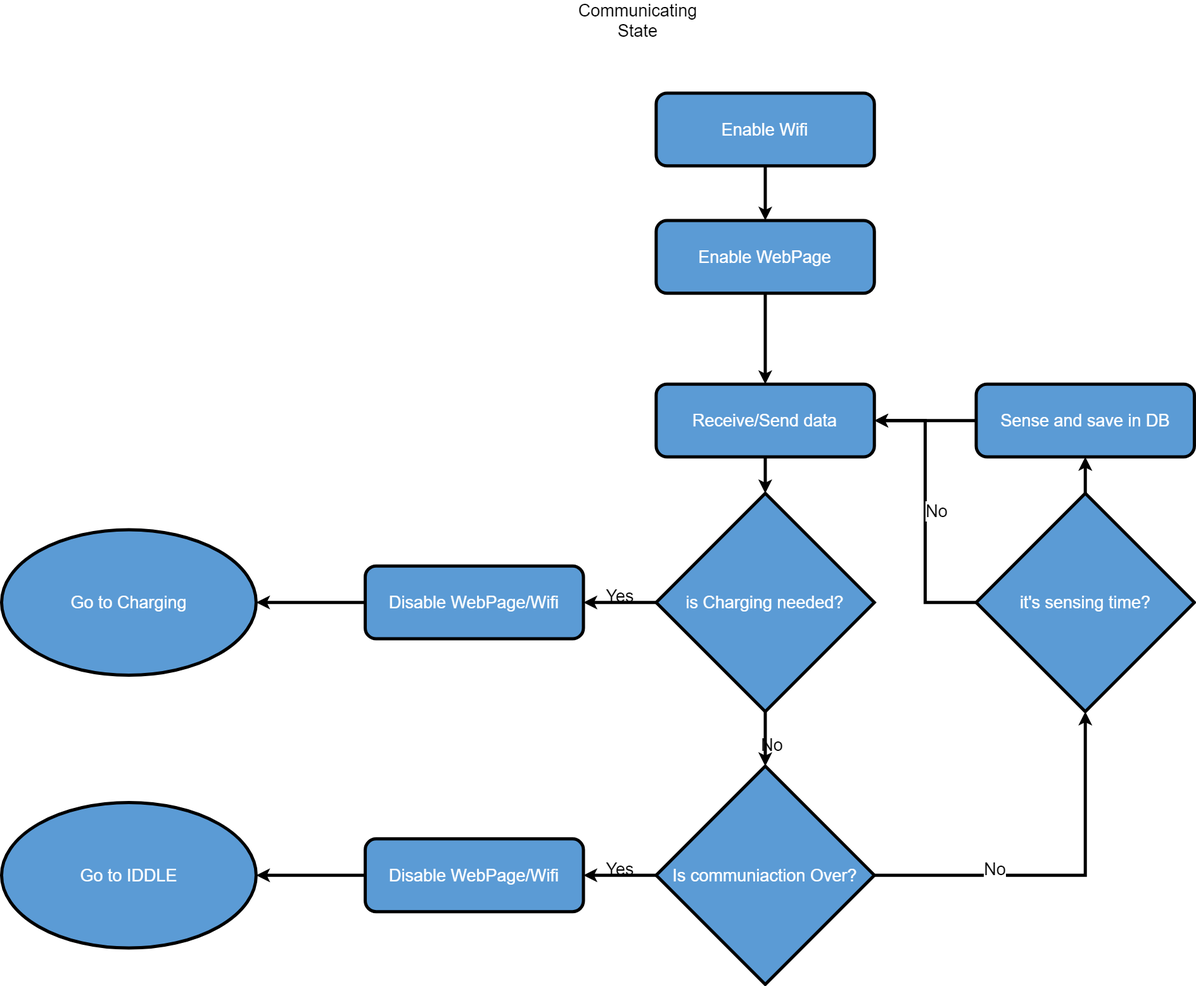
Before: Informe/Ingenieria de Detalle/ImagenesIngenieria de Detalle/diagrama_flujo_communicating.png, a diagram exported from draw.io (tlondero/Dise-o). Source tidied: cells renumbered, new cells last; positions are measured from the earlier drawing's top-left corner, leaving out a move shared by most shapes. Source of this version:
```xml
<mxGraphModel>
  <root>
    <mxCell id="0" />
    <mxCell id="1" parent="0" />
    <mxCell id="2" style="group;strokeWidth=5;fontSize=27;" parent="1" vertex="1">
      <mxGeometry width="1883" height="1550" as="geometry" />
    </mxCell>
    <mxCell id="3" value="Communicating&lt;br style=&quot;font-size: 27px;&quot;&gt;State" style="text;html=1;strokeColor=none;fillColor=none;align=center;verticalAlign=middle;whiteSpace=wrap;rounded=0;strokeWidth=5;fontSize=27;" parent="2" vertex="1">
      <mxGeometry x="947.2" width="114.8" height="57.4" as="geometry" />
    </mxCell>
    <mxCell id="4" value="Enable Wifi" style="rounded=1;whiteSpace=wrap;html=1;fontSize=27;glass=0;strokeWidth=5;shadow=0;fillColor=#5B9BD5;fontColor=#FFFFFF;" parent="2" vertex="1">
      <mxGeometry x="1033.3" y="143.5" width="344.4" height="114.8" as="geometry" />
    </mxCell>
    <mxCell id="5" value="Enable WebPage" style="rounded=1;whiteSpace=wrap;html=1;fontSize=27;glass=0;strokeWidth=5;shadow=0;fillColor=#5B9BD5;fontColor=#FFFFFF;" parent="2" vertex="1">
      <mxGeometry x="1033.3" y="344.4" width="344.4" height="114.8" as="geometry" />
    </mxCell>
    <mxCell id="6" style="edgeStyle=orthogonalEdgeStyle;rounded=0;jettySize=auto;html=1;strokeWidth=5;fontSize=27;" parent="2" edge="1" source="4" target="5">
      <mxGeometry relative="1" as="geometry" />
    </mxCell>
    <mxCell id="7" value="Yes" style="edgeStyle=orthogonalEdgeStyle;rounded=0;jettySize=auto;html=1;labelBackgroundColor=none;strokeWidth=5;fontSize=27;" parent="2" edge="1" source="8">
      <mxGeometry y="-10" relative="1" as="geometry">
        <mxPoint x="918.5" y="947.2" as="targetPoint" />
      </mxGeometry>
    </mxCell>
    <mxCell id="8" value="&lt;font style=&quot;font-size: 27px;&quot;&gt;is Charging needed?&lt;/font&gt;" style="rhombus;whiteSpace=wrap;html=1;fillColor=#5B9BD5;fontColor=#FFFFFF;strokeWidth=5;fontSize=27;" parent="2" vertex="1">
      <mxGeometry x="1033.3" y="775" width="344.4" height="344.4" as="geometry" />
    </mxCell>
    <mxCell id="9" value="Yes" style="edgeStyle=orthogonalEdgeStyle;rounded=0;jettySize=auto;html=1;labelBackgroundColor=none;strokeWidth=5;fontSize=27;" parent="2" edge="1" source="10">
      <mxGeometry y="-10" relative="1" as="geometry">
        <mxPoint x="918.5" y="1377.8" as="targetPoint" />
      </mxGeometry>
    </mxCell>
    <mxCell id="10" value="&lt;font style=&quot;font-size: 27px;&quot;&gt;Is communiaction Over?&lt;/font&gt;" style="rhombus;whiteSpace=wrap;html=1;fillColor=#5B9BD5;fontColor=#FFFFFF;strokeWidth=5;fontSize=27;" parent="2" vertex="1">
      <mxGeometry x="1033.3" y="1205.6" width="344.4" height="344.4" as="geometry" />
    </mxCell>
    <mxCell id="11" value="No" style="edgeStyle=orthogonalEdgeStyle;rounded=0;jettySize=auto;html=1;labelBackgroundColor=none;strokeWidth=5;fontSize=27;" parent="2" edge="1" source="8" target="10">
      <mxGeometry x="0.2" y="10" relative="1" as="geometry" />
    </mxCell>
    <mxCell id="12" style="edgeStyle=orthogonalEdgeStyle;rounded=0;jettySize=auto;html=1;strokeWidth=5;fontSize=27;" parent="2" edge="1" source="13" target="8">
      <mxGeometry relative="1" as="geometry" />
    </mxCell>
    <mxCell id="13" value="Receive/Send data" style="rounded=1;whiteSpace=wrap;html=1;fontSize=27;glass=0;strokeWidth=5;shadow=0;fillColor=#5B9BD5;fontColor=#FFFFFF;" parent="2" vertex="1">
      <mxGeometry x="1033.3" y="602.8" width="344.4" height="114.8" as="geometry" />
    </mxCell>
    <mxCell id="14" style="edgeStyle=orthogonalEdgeStyle;rounded=0;jettySize=auto;html=1;strokeWidth=5;fontSize=27;" parent="2" edge="1" source="5" target="13">
      <mxGeometry relative="1" as="geometry" />
    </mxCell>
    <mxCell id="15" value="Go to Charging" style="ellipse;whiteSpace=wrap;html=1;fillColor=#5B9BD5;fontColor=#FFFFFF;strokeWidth=5;fontSize=27;" parent="2" vertex="1">
      <mxGeometry y="832.4" width="401.9" height="229.6" as="geometry" />
    </mxCell>
    <mxCell id="16" value="Go to IDDLE" style="ellipse;whiteSpace=wrap;html=1;fillColor=#5B9BD5;fontColor=#FFFFFF;strokeWidth=5;fontSize=27;" parent="2" vertex="1">
      <mxGeometry y="1263" width="401.9" height="229.6" as="geometry" />
    </mxCell>
    <mxCell id="17" style="edgeStyle=orthogonalEdgeStyle;rounded=0;jettySize=auto;html=1;strokeWidth=5;fontSize=27;" parent="2" edge="1" source="18" target="15">
      <mxGeometry relative="1" as="geometry" />
    </mxCell>
    <mxCell id="18" value="Disable WebPage/Wifi" style="rounded=1;whiteSpace=wrap;html=1;fontSize=27;glass=0;strokeWidth=5;shadow=0;fillColor=#5B9BD5;fontColor=#FFFFFF;" parent="2" vertex="1">
      <mxGeometry x="574.1" y="889.8" width="344.4" height="114.8" as="geometry" />
    </mxCell>
    <mxCell id="19" style="edgeStyle=orthogonalEdgeStyle;rounded=0;jettySize=auto;html=1;strokeWidth=5;fontSize=27;" parent="2" edge="1" source="20" target="16">
      <mxGeometry relative="1" as="geometry" />
    </mxCell>
    <mxCell id="20" value="Disable WebPage/Wifi" style="rounded=1;whiteSpace=wrap;html=1;fontSize=27;glass=0;strokeWidth=5;shadow=0;fillColor=#5B9BD5;fontColor=#FFFFFF;" parent="2" vertex="1">
      <mxGeometry x="574.1" y="1320.4" width="344.4" height="114.8" as="geometry" />
    </mxCell>
    <mxCell id="21" value="No" style="edgeStyle=orthogonalEdgeStyle;rounded=0;jettySize=auto;html=1;entryX=1;entryY=0.5;entryDx=0;entryDy=0;fontSize=27;strokeWidth=5;" parent="2" edge="1" source="22" target="13">
      <mxGeometry y="-18" relative="1" as="geometry" />
    </mxCell>
    <mxCell id="22" value="&lt;font style=&quot;font-size: 27px;&quot;&gt;it's sensing time?&lt;/font&gt;" style="rhombus;whiteSpace=wrap;html=1;fillColor=#5B9BD5;fontColor=#FFFFFF;strokeWidth=5;fontSize=27;" parent="2" vertex="1">
      <mxGeometry x="1538.5" y="775" width="344.4" height="344.4" as="geometry" />
    </mxCell>
    <mxCell id="23" value="No" style="edgeStyle=orthogonalEdgeStyle;rounded=0;jettySize=auto;html=1;entryX=0.5;entryY=1;entryDx=0;entryDy=0;fontSize=27;strokeWidth=5;" parent="2" edge="1" source="10" target="22">
      <mxGeometry x="-0.36" y="10" relative="1" as="geometry" />
    </mxCell>
    <mxCell id="24" style="edgeStyle=orthogonalEdgeStyle;rounded=0;jettySize=auto;html=1;entryX=1;entryY=0.5;entryDx=0;entryDy=0;fontSize=27;strokeWidth=5;" parent="2" edge="1" source="25" target="13">
      <mxGeometry relative="1" as="geometry" />
    </mxCell>
    <mxCell id="25" value="Sense and save in DB" style="rounded=1;whiteSpace=wrap;html=1;fontSize=27;glass=0;strokeWidth=5;shadow=0;fillColor=#5B9BD5;fontColor=#FFFFFF;" parent="2" vertex="1">
      <mxGeometry x="1538.5" y="602.8" width="344.4" height="114.8" as="geometry" />
    </mxCell>
    <mxCell id="26" style="edgeStyle=orthogonalEdgeStyle;rounded=0;jettySize=auto;html=1;entryX=0.5;entryY=1;entryDx=0;entryDy=0;fontSize=27;strokeWidth=5;" parent="2" edge="1" source="22" target="25">
      <mxGeometry relative="1" as="geometry" />
    </mxCell>
  </root>
</mxGraphModel>
```
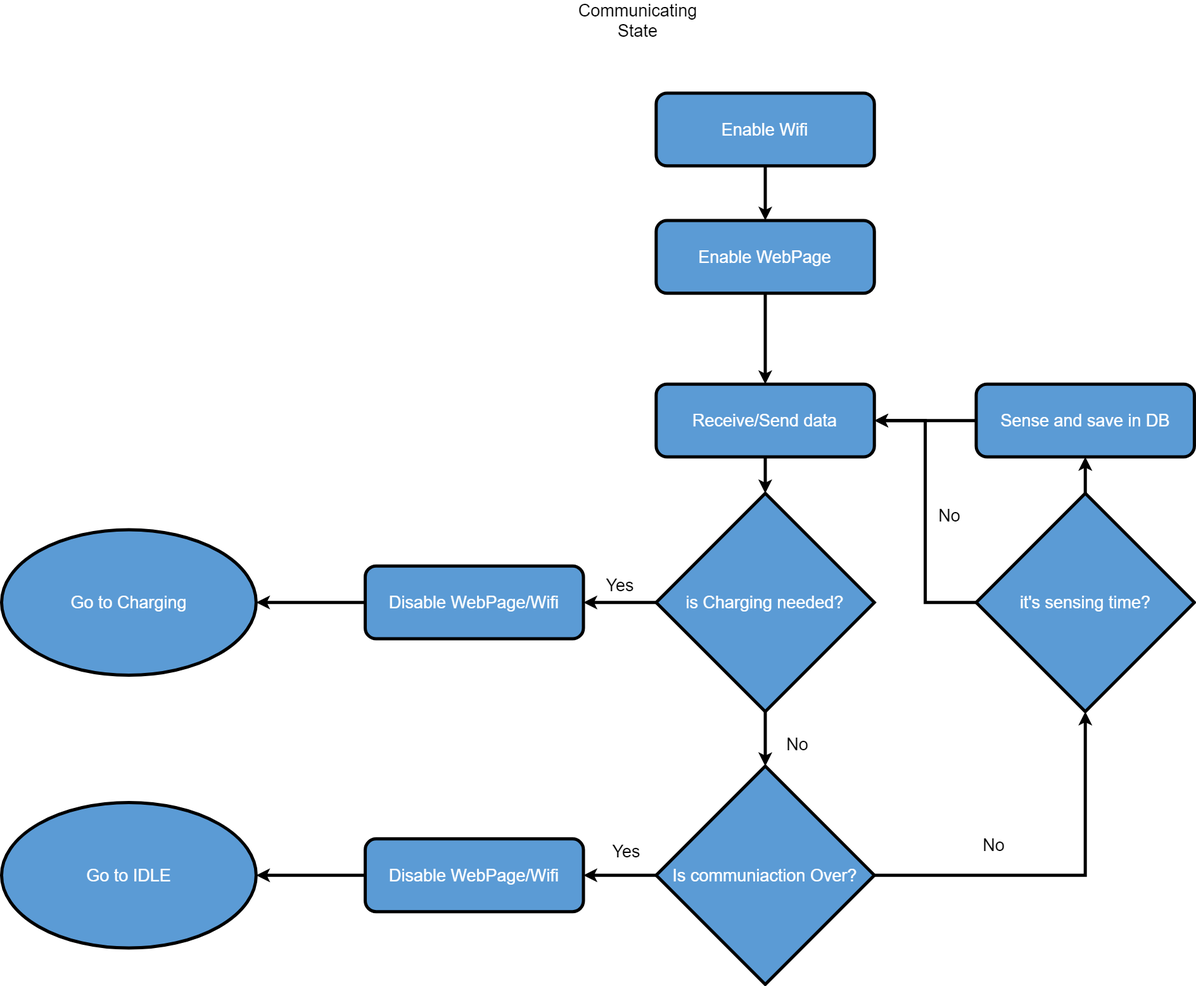
Later version of the same file.

Commit message:
IDDLE por IDLE

Diff of the diagram source:
```diff
@@ -18,7 +18,7 @@
       <mxGeometry relative="1" as="geometry" />
     </mxCell>
     <mxCell id="7" value="Yes" style="edgeStyle=orthogonalEdgeStyle;rounded=0;jettySize=auto;html=1;labelBackgroundColor=none;strokeWidth=5;fontSize=27;" parent="2" edge="1" source="8">
-      <mxGeometry y="-10" relative="1" as="geometry">
+      <mxGeometry y="-27" relative="1" as="geometry">
         <mxPoint x="918.5" y="947.2" as="targetPoint" />
       </mxGeometry>
     </mxCell>
@@ -26,7 +26,7 @@
       <mxGeometry x="1033.3" y="775" width="344.4" height="344.4" as="geometry" />
     </mxCell>
     <mxCell id="9" value="Yes" style="edgeStyle=orthogonalEdgeStyle;rounded=0;jettySize=auto;html=1;labelBackgroundColor=none;strokeWidth=5;fontSize=27;" parent="2" edge="1" source="10">
-      <mxGeometry y="-10" relative="1" as="geometry">
+      <mxGeometry x="-0.17" y="-38" relative="1" as="geometry">
         <mxPoint x="918.5" y="1377.8" as="targetPoint" />
       </mxGeometry>
     </mxCell>
@@ -34,7 +34,9 @@
       <mxGeometry x="1033.3" y="1205.6" width="344.4" height="344.4" as="geometry" />
     </mxCell>
     <mxCell id="11" value="No" style="edgeStyle=orthogonalEdgeStyle;rounded=0;jettySize=auto;html=1;labelBackgroundColor=none;strokeWidth=5;fontSize=27;" parent="2" edge="1" source="8" target="10">
-      <mxGeometry x="0.2" y="10" relative="1" as="geometry" />
+      <mxGeometry x="0.17" y="50" relative="1" as="geometry">
+        <mxPoint y="1" as="offset" />
+      </mxGeometry>
     </mxCell>
     <mxCell id="12" style="edgeStyle=orthogonalEdgeStyle;rounded=0;jettySize=auto;html=1;strokeWidth=5;fontSize=27;" parent="2" edge="1" source="13" target="8">
       <mxGeometry relative="1" as="geometry" />
@@ -48,7 +50,7 @@
     <mxCell id="15" value="Go to Charging" style="ellipse;whiteSpace=wrap;html=1;fillColor=#5B9BD5;fontColor=#FFFFFF;strokeWidth=5;fontSize=27;" parent="2" vertex="1">
       <mxGeometry y="832.4" width="401.9" height="229.6" as="geometry" />
     </mxCell>
-    <mxCell id="16" value="Go to IDDLE" style="ellipse;whiteSpace=wrap;html=1;fillColor=#5B9BD5;fontColor=#FFFFFF;strokeWidth=5;fontSize=27;" parent="2" vertex="1">
+    <mxCell id="16" value="Go to IDLE" style="ellipse;whiteSpace=wrap;html=1;fillColor=#5B9BD5;fontColor=#FFFFFF;strokeWidth=5;fontSize=27;" parent="2" vertex="1">
       <mxGeometry y="1263" width="401.9" height="229.6" as="geometry" />
     </mxCell>
     <mxCell id="17" style="edgeStyle=orthogonalEdgeStyle;rounded=0;jettySize=auto;html=1;strokeWidth=5;fontSize=27;" parent="2" edge="1" source="18" target="15">
@@ -64,13 +66,13 @@
       <mxGeometry x="574.1" y="1320.4" width="344.4" height="114.8" as="geometry" />
     </mxCell>
     <mxCell id="21" value="No" style="edgeStyle=orthogonalEdgeStyle;rounded=0;jettySize=auto;html=1;entryX=1;entryY=0.5;entryDx=0;entryDy=0;fontSize=27;strokeWidth=5;" parent="2" edge="1" source="22" target="13">
-      <mxGeometry y="-18" relative="1" as="geometry" />
+      <mxGeometry x="-0.03" y="-38" relative="1" as="geometry" />
     </mxCell>
     <mxCell id="22" value="&lt;font style=&quot;font-size: 27px;&quot;&gt;it's sensing time?&lt;/font&gt;" style="rhombus;whiteSpace=wrap;html=1;fillColor=#5B9BD5;fontColor=#FFFFFF;strokeWidth=5;fontSize=27;" parent="2" vertex="1">
       <mxGeometry x="1538.5" y="775" width="344.4" height="344.4" as="geometry" />
     </mxCell>
     <mxCell id="23" value="No" style="edgeStyle=orthogonalEdgeStyle;rounded=0;jettySize=auto;html=1;entryX=0.5;entryY=1;entryDx=0;entryDy=0;fontSize=27;strokeWidth=5;" parent="2" edge="1" source="10" target="22">
-      <mxGeometry x="-0.36" y="10" relative="1" as="geometry" />
+      <mxGeometry x="-0.36" y="48" relative="1" as="geometry" />
     </mxCell>
     <mxCell id="24" style="edgeStyle=orthogonalEdgeStyle;rounded=0;jettySize=auto;html=1;entryX=1;entryY=0.5;entryDx=0;entryDy=0;fontSize=27;strokeWidth=5;" parent="2" edge="1" source="25" target="13">
       <mxGeometry relative="1" as="geometry" />
```
